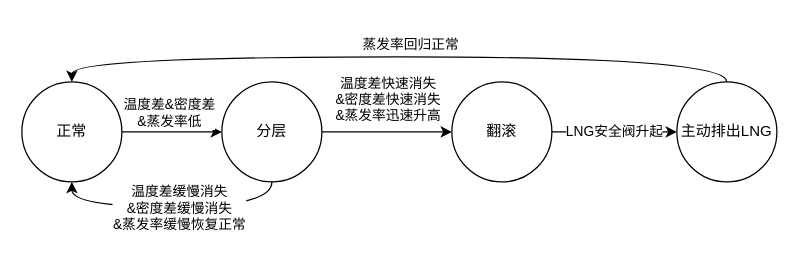
Above: LNGROLLOVER.drawio in LiLiJacky/graphData (draw.io), before the change. Source tidied: cells renumbered, new cells numbered last; positions are measured from the earlier drawing's top-left corner, leaving out a move shared by most shapes. Both pictures are drawn from the tidied source at 125%, with x=0, y=0 at pixel (21, 81).
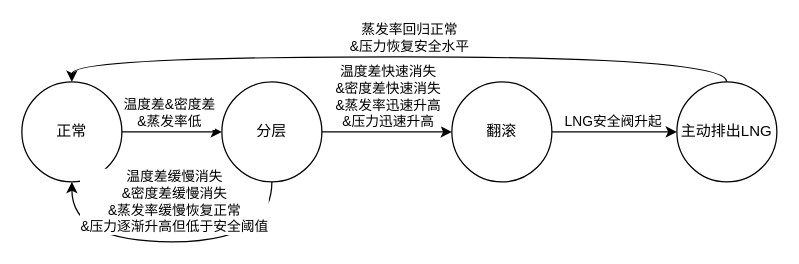
The same diagram, later.

Diff of the diagram source:
```diff
@@
 <mxGraphModel>
   <root>
     <mxCell id="0" />
     <mxCell id="1" parent="0" />
     <mxCell id="2" style="edgeStyle=orthogonalEdgeStyle;rounded=0;jettySize=auto;html=1;" parent="1" edge="1" source="4" target="9">
       <mxGeometry relative="1" as="geometry" />
     </mxCell>
     <mxCell id="3" value="温度差&amp;amp;密度差&lt;br&gt;&amp;amp;蒸发率低" style="edgeLabel;html=1;align=center;verticalAlign=middle;" parent="2" vertex="1">
       <mxGeometry x="-0.07" y="-1" relative="1" as="geometry">
         <mxPoint y="-17" as="offset" />
       </mxGeometry>
     </mxCell>
     <mxCell id="4" value="正常" style="ellipse;whiteSpace=wrap;html=1;" parent="1" vertex="1">
       <mxGeometry width="80" height="80" as="geometry" />
     </mxCell>
     <mxCell id="5" style="edgeStyle=orthogonalEdgeStyle;rounded=0;jettySize=auto;html=1;" parent="1" edge="1" source="9" target="11">
       <mxGeometry relative="1" as="geometry" />
     </mxCell>
-    <mxCell id="6" value="温度差快速消失&lt;br style=&quot;border-color: var(--border-color);&quot;&gt;&amp;amp;密度差快速消失&lt;br style=&quot;border-color: var(--border-color);&quot;&gt;&amp;amp;蒸发率迅速升高" style="edgeLabel;html=1;align=center;verticalAlign=middle;" parent="5" vertex="1">
+    <mxCell id="6" value="温度差快速消失&lt;br style=&quot;border-color: var(--border-color);&quot;&gt;&amp;amp;密度差快速消失&lt;br style=&quot;border-color: var(--border-color);&quot;&gt;&amp;amp;蒸发率迅速升高&lt;br&gt;&amp;amp;压力迅速升高" style="edgeLabel;html=1;align=center;verticalAlign=middle;" parent="5" vertex="1">
       <mxGeometry x="0.1" y="4" relative="1" as="geometry">
-        <mxPoint x="-5" y="-23" as="offset" />
+        <mxPoint x="-5" y="-25" as="offset" />
       </mxGeometry>
     </mxCell>
     <mxCell id="7" style="rounded=0;jettySize=auto;html=1;entryX=0.5;entryY=1;entryDx=0;entryDy=0;elbow=vertical;edgeStyle=orthogonalEdgeStyle;curved=1;exitX=0.5;exitY=1;exitDx=0;exitDy=0;" parent="1" edge="1" source="9" target="4">
-      <mxGeometry relative="1" as="geometry" />
+      <mxGeometry relative="1" as="geometry">
+        <Array as="points">
+          <mxPoint x="200" y="128" />
+          <mxPoint x="40" y="128" />
+        </Array>
+      </mxGeometry>
     </mxCell>
-    <mxCell id="8" value="温度差缓慢消失&lt;br&gt;&amp;amp;密度差缓慢消失&lt;br&gt;&amp;amp;蒸发率缓慢恢复正常" style="edgeLabel;html=1;align=center;verticalAlign=middle;" parent="7" vertex="1">
-      <mxGeometry x="-0.05" relative="1" as="geometry" />
+    <mxCell id="8" value="温度差缓慢消失&lt;br&gt;&amp;amp;密度差缓慢消失&lt;br&gt;&amp;amp;蒸发率缓慢恢复正常&lt;br&gt;&amp;amp;压力逐渐升高但低于安全阈值" style="edgeLabel;html=1;align=center;verticalAlign=middle;" parent="7" vertex="1">
+      <mxGeometry x="-0.05" relative="1" as="geometry">
+        <mxPoint x="-5" y="-33" as="offset" />
+      </mxGeometry>
     </mxCell>
     <mxCell id="9" value="分层" style="ellipse;whiteSpace=wrap;html=1;" parent="1" vertex="1">
       <mxGeometry x="160" width="80" height="80" as="geometry" />
     </mxCell>
     <mxCell id="10" value="LNG安全阀升起" style="edgeStyle=orthogonalEdgeStyle;rounded=0;jettySize=auto;html=1;" parent="1" edge="1" source="11" target="14">
-      <mxGeometry relative="1" as="geometry" />
+      <mxGeometry x="-0.02" y="8" relative="1" as="geometry" />
     </mxCell>
     <mxCell id="11" value="翻滚" style="ellipse;whiteSpace=wrap;html=1;" parent="1" vertex="1">
       <mxGeometry x="344" width="80" height="80" as="geometry" />
     </mxCell>
     <mxCell id="12" style="edgeStyle=orthogonalEdgeStyle;rounded=0;jettySize=auto;html=1;entryX=0.5;entryY=0;entryDx=0;entryDy=0;exitX=0.5;exitY=0;exitDx=0;exitDy=0;curved=1;" parent="1" edge="1" source="14" target="4">
       <mxGeometry relative="1" as="geometry" />
     </mxCell>
-    <mxCell id="13" value="蒸发率回归正常" style="edgeLabel;html=1;align=center;verticalAlign=middle;" parent="12" vertex="1">
+    <mxCell id="13" value="蒸发率回归正常&lt;br&gt;&amp;amp;压力恢复安全水平" style="edgeLabel;html=1;align=center;verticalAlign=middle;" parent="12" vertex="1">
       <mxGeometry x="-0.03" y="-2" relative="1" as="geometry">
-        <mxPoint y="-9" as="offset" />
+        <mxPoint x="-1" y="-14" as="offset" />
       </mxGeometry>
     </mxCell>
     <mxCell id="14" value="主动排出LNG" style="ellipse;whiteSpace=wrap;html=1;" parent="1" vertex="1">
       <mxGeometry x="524" width="80" height="80" as="geometry" />
     </mxCell>
   </root>
 </mxGraphModel>
```
